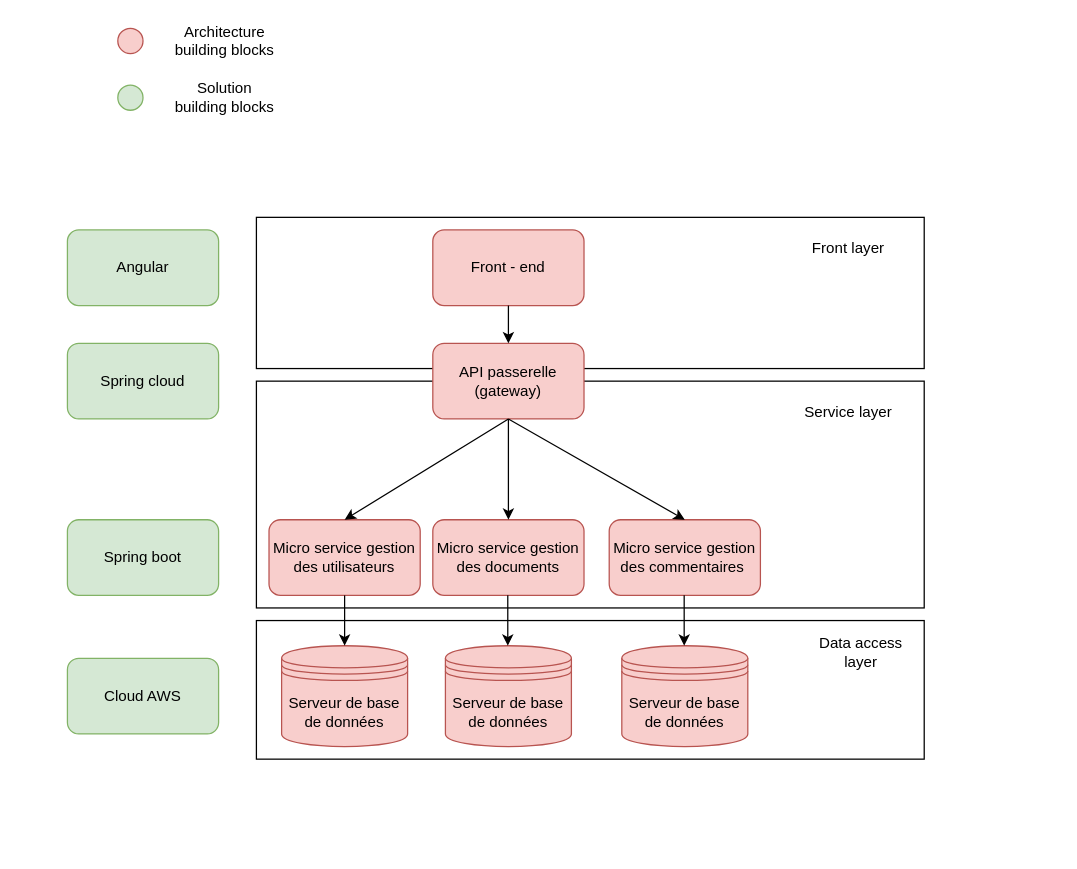
This is abbAndsbb.drawio from cjour/audit_logistics, a draw.io file, before an edit. Source tidied: cells renumbered, new cells numbered last; positions are measured from the earlier drawing's top-left corner, leaving out a move shared by most shapes. Both pictures are drawn from the tidied source at 126%, with x=0, y=0 at pixel (67, 21).
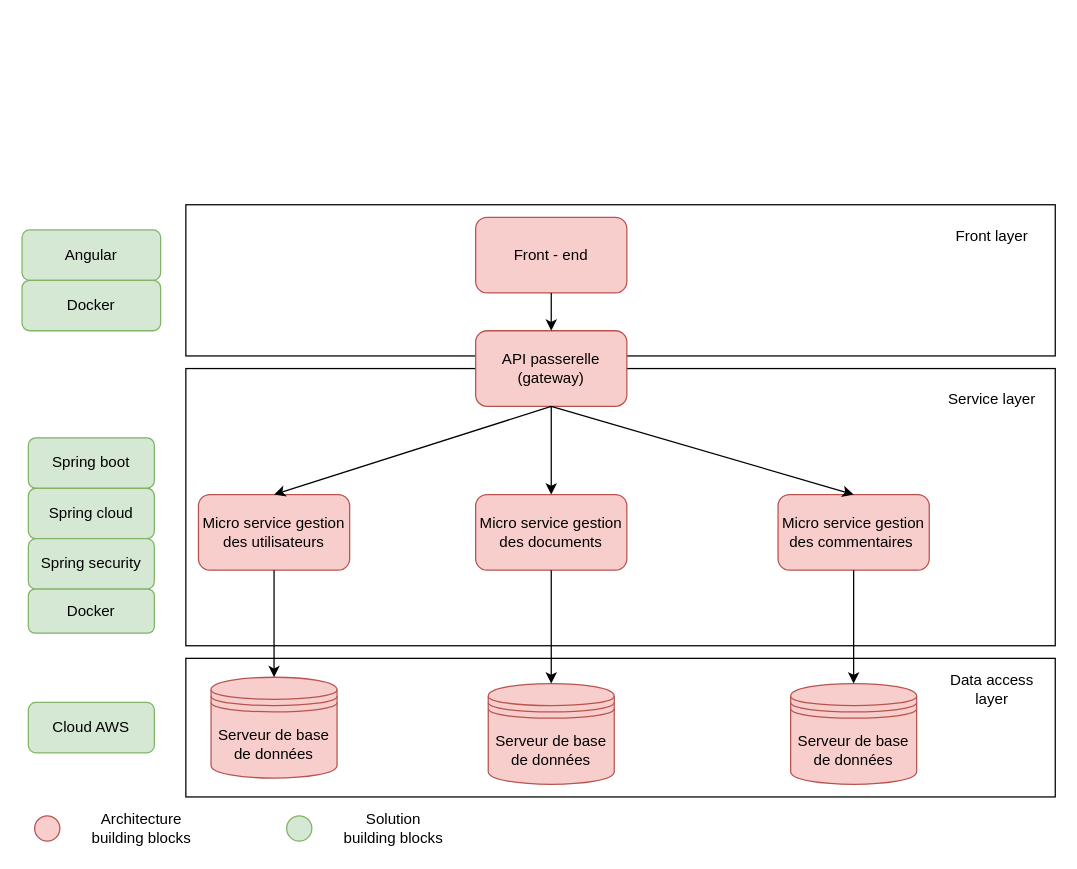
The same page after the edit.

Commit message:
Mettre à jour abbAndsbb.drawio

Diff of the diagram source:
```diff
@@
     <mxCell id="2" style="rounded=0;whiteSpace=wrap;html=1;" parent="1" vertex="1">
-      <mxGeometry x="150" y="155" width="530" height="120" as="geometry" />
+      <mxGeometry x="94" y="145" width="690" height="120" as="geometry" />
     </mxCell>
     <mxCell id="3" style="rounded=0;whiteSpace=wrap;html=1;" parent="1" vertex="1">
-      <mxGeometry x="150" y="285" width="530" height="180" as="geometry" />
+      <mxGeometry x="94" y="275" width="690" height="220" as="geometry" />
     </mxCell>
     <mxCell id="4" style="rounded=0;whiteSpace=wrap;html=1;" parent="1" vertex="1">
-      <mxGeometry x="150" y="475" width="530" height="110" as="geometry" />
+      <mxGeometry x="94" y="505" width="690" height="110" as="geometry" />
     </mxCell>
     <mxCell id="5" value="API passerelle (gateway)" style="rounded=1;whiteSpace=wrap;html=1;fillColor=#f8cecc;strokeColor=#b85450;" parent="1" vertex="1">
-      <mxGeometry x="290" y="255" width="120" height="60" as="geometry" />
+      <mxGeometry x="324" y="245" width="120" height="60" as="geometry" />
     </mxCell>
     <mxCell id="6" value="&lt;div&gt;Micro service gestion des utilisateurs&lt;br&gt;&lt;/div&gt;" style="rounded=1;whiteSpace=wrap;html=1;fillColor=#f8cecc;strokeColor=#b85450;" parent="1" vertex="1">
-      <mxGeometry x="160" y="395" width="120" height="60" as="geometry" />
+      <mxGeometry x="104" y="375" width="120" height="60" as="geometry" />
     </mxCell>
     <mxCell id="7" value="&lt;div&gt;Micro service gestion des documents&lt;br&gt;&lt;/div&gt;" style="rounded=1;whiteSpace=wrap;html=1;fillColor=#f8cecc;strokeColor=#b85450;" parent="1" vertex="1">
-      <mxGeometry x="290" y="395" width="120" height="60" as="geometry" />
+      <mxGeometry x="324" y="375" width="120" height="60" as="geometry" />
     </mxCell>
     <mxCell id="8" value="&lt;div&gt;Micro service gestion des commentaires&amp;nbsp; &lt;br&gt;&lt;/div&gt;" style="rounded=1;whiteSpace=wrap;html=1;fillColor=#f8cecc;strokeColor=#b85450;" parent="1" vertex="1">
-      <mxGeometry x="430" y="395" width="120" height="60" as="geometry" />
+      <mxGeometry x="564" y="375" width="120" height="60" as="geometry" />
     </mxCell>
@@
     <mxCell id="11" value="Serveur de base de données " style="shape=datastore;whiteSpace=wrap;html=1;fillColor=#f8cecc;strokeColor=#b85450;" parent="1" vertex="1">
-      <mxGeometry x="170" y="495" width="100" height="80" as="geometry" />
+      <mxGeometry x="114" y="520" width="100" height="80" as="geometry" />
     </mxCell>
     <mxCell id="12" value="Serveur de base de données " style="shape=datastore;whiteSpace=wrap;html=1;fillColor=#f8cecc;strokeColor=#b85450;" parent="1" vertex="1">
-      <mxGeometry x="300" y="495" width="100" height="80" as="geometry" />
+      <mxGeometry x="334" y="525" width="100" height="80" as="geometry" />
     </mxCell>
     <mxCell id="13" value="Serveur de base de données " style="shape=datastore;whiteSpace=wrap;html=1;fillColor=#f8cecc;strokeColor=#b85450;" parent="1" vertex="1">
-      <mxGeometry x="440" y="495" width="100" height="80" as="geometry" />
+      <mxGeometry x="574" y="525" width="100" height="80" as="geometry" />
     </mxCell>
     <mxCell id="14" value="Front - end" style="rounded=1;whiteSpace=wrap;html=1;fillColor=#f8cecc;strokeColor=#b85450;" parent="1" vertex="1">
-      <mxGeometry x="290" y="165" width="120" height="60" as="geometry" />
+      <mxGeometry x="324" y="155" width="120" height="60" as="geometry" />
     </mxCell>
@@
-    <mxCell id="17" style="endArrow=classic;html=1;rounded=0;entryX=0.5;entryY=0;entryDx=0;entryDy=0;exitX=0.5;exitY=1;exitDx=0;exitDy=0;" parent="1" edge="1">
-      <mxGeometry relative="1" as="geometry">
-        <mxPoint x="349.5" y="455" as="sourcePoint" />
-        <mxPoint x="349.5" y="495" as="targetPoint" />
-      </mxGeometry>
+    <mxCell id="17" style="endArrow=classic;html=1;rounded=0;entryX=0.5;entryY=0;entryDx=0;entryDy=0;exitX=0.5;exitY=1;exitDx=0;exitDy=0;" parent="1" edge="1" source="7" target="12">
+      <mxGeometry relative="1" as="geometry" />
     </mxCell>
-    <mxCell id="18" style="endArrow=classic;html=1;rounded=0;entryX=0.5;entryY=0;entryDx=0;entryDy=0;exitX=0.5;exitY=1;exitDx=0;exitDy=0;" parent="1" edge="1">
-      <mxGeometry relative="1" as="geometry">
-        <mxPoint x="489.5" y="455" as="sourcePoint" />
-        <mxPoint x="489.5" y="495" as="targetPoint" />
-      </mxGeometry>
+    <mxCell id="18" style="endArrow=classic;html=1;rounded=0;entryX=0.5;entryY=0;entryDx=0;entryDy=0;exitX=0.5;exitY=1;exitDx=0;exitDy=0;" parent="1" edge="1" source="8" target="13">
+      <mxGeometry relative="1" as="geometry" />
     </mxCell>
@@
     <mxCell id="20" value="Service layer" style="text;html=1;strokeColor=none;fillColor=none;align=center;verticalAlign=middle;whiteSpace=wrap;rounded=0;" parent="1" vertex="1">
-      <mxGeometry x="580" y="295" width="80" height="30" as="geometry" />
+      <mxGeometry x="694" y="285" width="80" height="30" as="geometry" />
     </mxCell>
     <mxCell id="21" value="Front layer" style="text;html=1;strokeColor=none;fillColor=none;align=center;verticalAlign=middle;whiteSpace=wrap;rounded=0;" parent="1" vertex="1">
-      <mxGeometry x="590" y="165" width="60" height="30" as="geometry" />
+      <mxGeometry x="704" y="155" width="60" height="30" as="geometry" />
     </mxCell>
     <mxCell id="22" value="Data access layer" style="text;html=1;strokeColor=none;fillColor=none;align=center;verticalAlign=middle;whiteSpace=wrap;rounded=0;" parent="1" vertex="1">
-      <mxGeometry x="590" y="485" width="80" height="30" as="geometry" />
+      <mxGeometry x="694" y="515" width="80" height="30" as="geometry" />
     </mxCell>
     <mxCell id="23" style="ellipse;whiteSpace=wrap;html=1;fillColor=#f8cecc;strokeColor=#b85450;" parent="1" vertex="1">
-      <mxGeometry x="40" y="5" width="20" height="20" as="geometry" />
+      <mxGeometry x="-26" y="630" width="20" height="20" as="geometry" />
     </mxCell>
     <mxCell id="24" value="Architecture building blocks" style="text;html=1;strokeColor=none;fillColor=none;align=center;verticalAlign=middle;whiteSpace=wrap;rounded=0;" parent="1" vertex="1">
-      <mxGeometry x="80" width="90" height="30" as="geometry" />
+      <mxGeometry x="14" y="625" width="90" height="30" as="geometry" />
     </mxCell>
     <mxCell id="25" style="ellipse;whiteSpace=wrap;html=1;fillColor=#d5e8d4;strokeColor=#82b366;" parent="1" vertex="1">
-      <mxGeometry x="40" y="50" width="20" height="20" as="geometry" />
+      <mxGeometry x="174" y="630" width="20" height="20" as="geometry" />
     </mxCell>
     <mxCell id="26" value="Solution building blocks" style="text;html=1;strokeColor=none;fillColor=none;align=center;verticalAlign=middle;whiteSpace=wrap;rounded=0;" parent="1" vertex="1">
-      <mxGeometry x="80" y="45" width="90" height="30" as="geometry" />
+      <mxGeometry x="214" y="625" width="90" height="30" as="geometry" />
     </mxCell>
     <mxCell id="27" value="Angular" style="rounded=1;whiteSpace=wrap;html=1;fillColor=#d5e8d4;strokeColor=#82b366;" parent="1" vertex="1">
-      <mxGeometry y="165" width="120" height="60" as="geometry" />
+      <mxGeometry x="-36" y="165" width="110" height="40" as="geometry" />
     </mxCell>
     <mxCell id="28" value="Spring cloud" style="rounded=1;whiteSpace=wrap;html=1;fillColor=#d5e8d4;strokeColor=#82b366;" parent="1" vertex="1">
-      <mxGeometry y="255" width="120" height="60" as="geometry" />
+      <mxGeometry x="-31" y="370" width="100" height="40" as="geometry" />
     </mxCell>
     <mxCell id="29" value="Spring boot" style="rounded=1;whiteSpace=wrap;html=1;fillColor=#d5e8d4;strokeColor=#82b366;" parent="1" vertex="1">
-      <mxGeometry y="395" width="120" height="60" as="geometry" />
+      <mxGeometry x="-31" y="330" width="100" height="40" as="geometry" />
     </mxCell>
     <mxCell id="30" value="Cloud AWS" style="rounded=1;whiteSpace=wrap;html=1;fillColor=#d5e8d4;strokeColor=#82b366;" parent="1" vertex="1">
-      <mxGeometry y="505" width="120" height="60" as="geometry" />
+      <mxGeometry x="-31" y="540" width="100" height="40" as="geometry" />
     </mxCell>
+    <mxCell id="31" value="Spring security" style="rounded=1;whiteSpace=wrap;html=1;fillColor=#d5e8d4;strokeColor=#82b366;" parent="1" vertex="1">
+      <mxGeometry x="-31" y="410" width="100" height="40" as="geometry" />
+    </mxCell>
+    <mxCell id="32" value="Docker" style="rounded=1;whiteSpace=wrap;html=1;fillColor=#d5e8d4;strokeColor=#82b366;" parent="1" vertex="1">
+      <mxGeometry x="-36" y="205" width="110" height="40" as="geometry" />
+    </mxCell>
+    <mxCell id="33" value="Docker" style="rounded=1;whiteSpace=wrap;html=1;fillColor=#d5e8d4;strokeColor=#82b366;" parent="1" vertex="1">
+      <mxGeometry x="-31" y="450" width="100" height="35" as="geometry" />
+    </mxCell>
```
